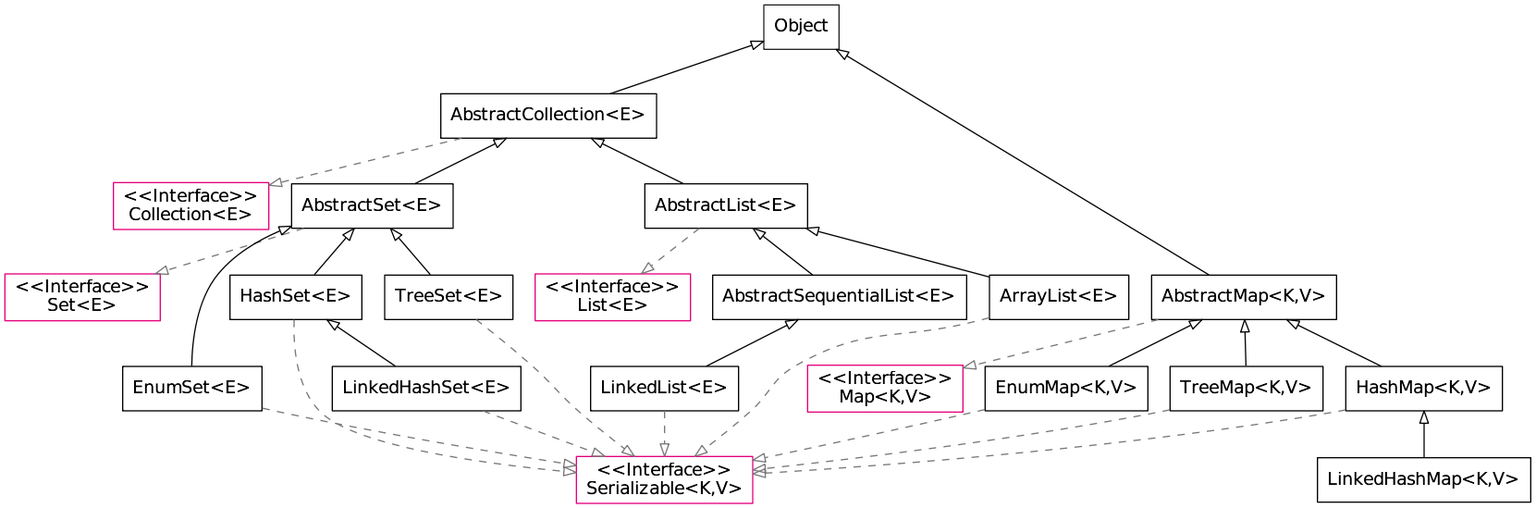
Above: static/image/2019/07/java-collections.png in Jeanhwea/jeanhwea.github.io (Graphviz), before the change. Its source is kept beside it as static/image/2019/07/java-collections.dot. The source it was exported from:
```dot
digraph javaCollection {
  fontname="Helvetia";
  node[shape="box"; fontname="Helvetia"; fontcolor="#000000"];

  node[color="#222222"];
  object[label="Object"];

  node[color="#e4007c"];
  collection[label="\<\<Interface\>\>\nCollection\<E\>"];
  set [label="\<\<Interface\>\>\nSet\<E\>"];
  list [label="\<\<Interface\>\>\nList\<E\>"];
  map [label="\<\<Interface\>\>\nMap\<K,V\>"];
  serializable [label="\<\<Interface\>\>\nSerializable\<K,V\>"];

  node[color="#000000"];
  abstract_collection[label="AbstractCollection\<E\>"];

  node[color="#000000"];
  abstract_set [label="AbstractSet\<E\>"];
  enum_set [label="EnumSet\<E\>"];
  hash_set [label="HashSet\<E\>"];
  linked_hash_set [label="LinkedHashSet\<E\>"];
  tree_set [label="TreeSet\<E\>"];

  node[color="#000000"];
  abstract_list [label="AbstractList\<E\>"];
  abstract_sequential_list [label="AbstractSequentialList\<E\>"];
  array_list [label="ArrayList\<E\>"];
  linked_list [label="LinkedList\<E\>"];

  node[color="#000000"];
  abstract_map [label="AbstractMap\<K,V\>"];
  enum_map [label="EnumMap\<K,V\>"];
  hash_map [label="HashMap\<K,V\>"];
  tree_map [label="TreeMap\<K,V\>"];
  linked_hash_map [label="LinkedHashMap\<K,V\>"];

  edge[fontname="Helvetia", dir=back; arrowtail=empty; color="#000000"];
  object -> {abstract_collection, abstract_map};
  abstract_collection -> {abstract_list, abstract_set};
  abstract_set -> {enum_set, hash_set, tree_set};
  hash_set -> linked_hash_set;
  abstract_list -> {array_list, abstract_sequential_list};
  abstract_sequential_list -> linked_list;
  abstract_map -> {enum_map, hash_map, tree_map};
  hash_map -> linked_hash_map;

  edge[
    fontname="Helvetia",
    style=dashed;
    dir=forward;
    arrowhead=empty;
    color="#777777"
  ];
  abstract_collection -> collection;
  abstract_set -> set;
  abstract_list -> list;
  abstract_map -> map;
  {
    linked_list,
    array_list,
    enum_set,
    hash_set,
    linked_hash_set,
    tree_set,
    enum_map,
    hash_map,
    tree_map
  } -> serializable;
};
```
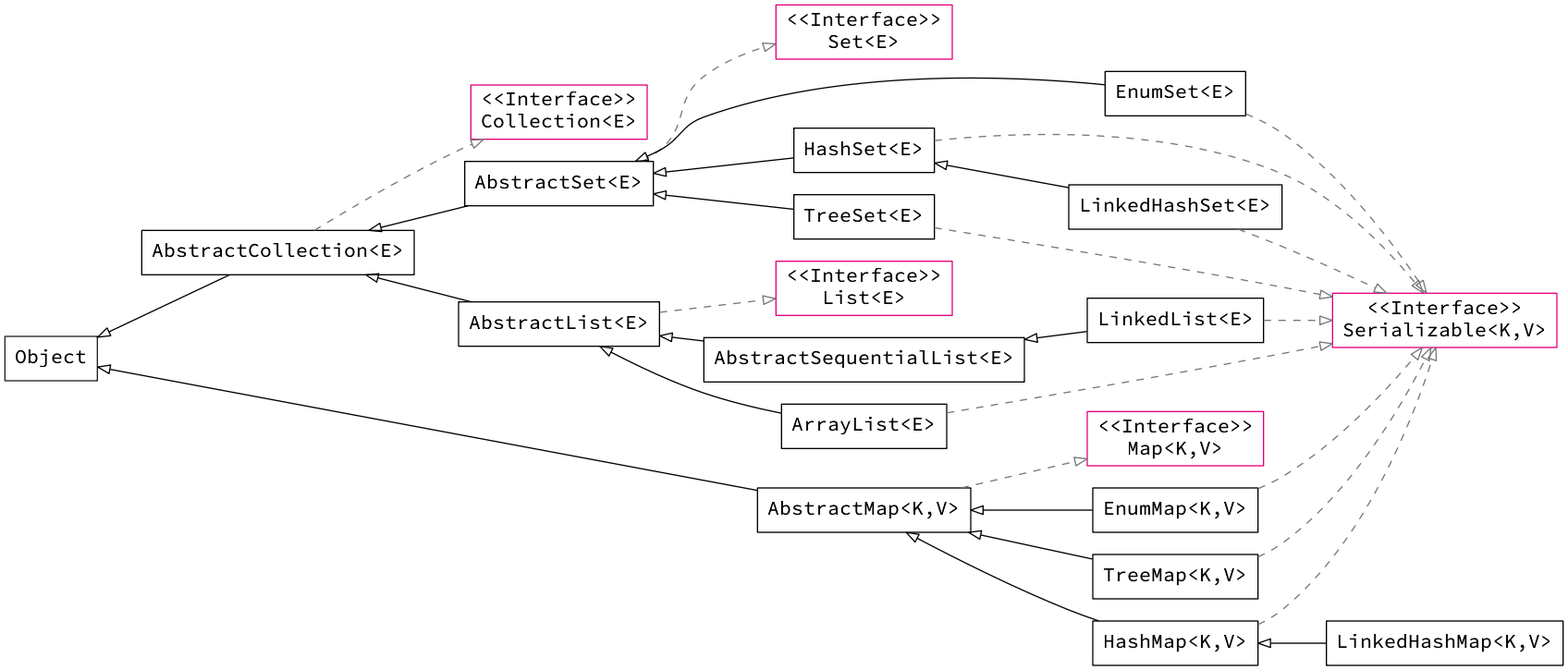
After the commit.

Change to the diagram source:
```diff
@@ -1,6 +1,6 @@
 digraph javaCollection {
-  fontname="Helvetia";
-  node[shape="box"; fontname="Helvetia"; fontcolor="#000000"];
+  rankdir=LR;
+  node[shape="box"; fontname="Source Code Pro"; fontsize=16 fontcolor="#000000"];
 
   node[color="#222222"];
   object[label="Object"];
@@ -35,7 +35,7 @@
   tree_map [label="TreeMap\<K,V\>"];
   linked_hash_map [label="LinkedHashMap\<K,V\>"];
 
-  edge[fontname="Helvetia", dir=back; arrowtail=empty; color="#000000"];
+  edge[dir=back; arrowtail=empty; color="#000000"];
   object -> {abstract_collection, abstract_map};
   abstract_collection -> {abstract_list, abstract_set};
   abstract_set -> {enum_set, hash_set, tree_set};
@@ -46,7 +46,6 @@
   hash_map -> linked_hash_map;
 
   edge[
-    fontname="Helvetia",
     style=dashed;
     dir=forward;
     arrowhead=empty;
```
